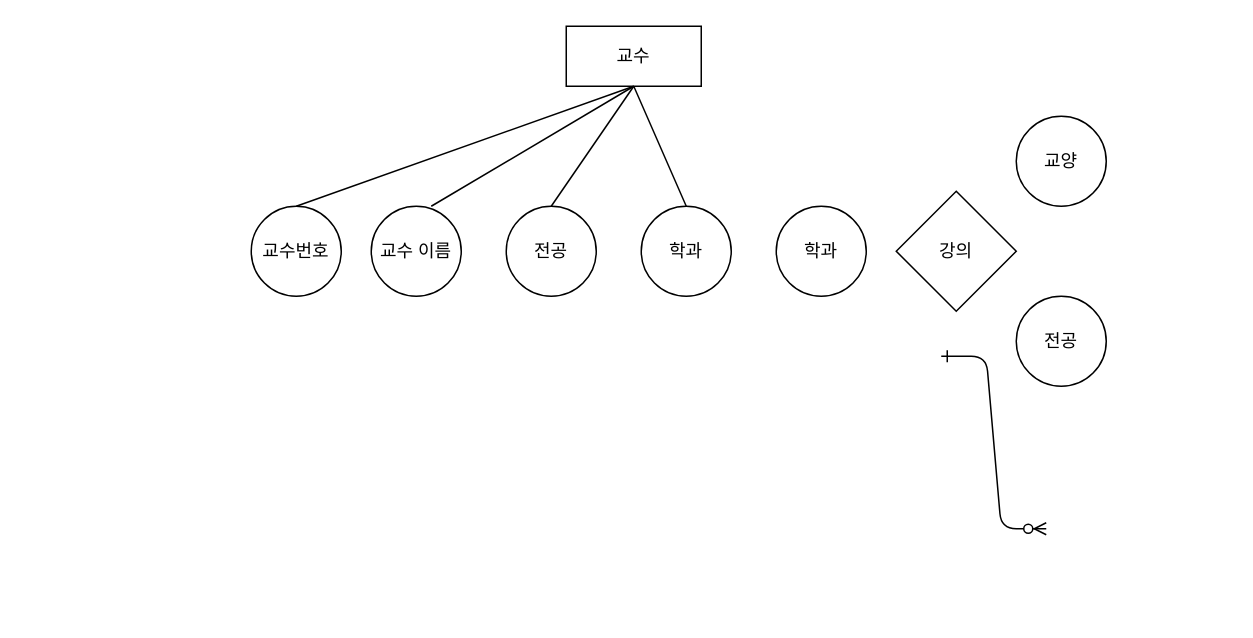
This is MySQL/제목 없는 다이어그램.drawio from gata96/TIL, a draw.io file, before an edit. Source tidied: cells renumbered, new cells numbered last; positions are measured from the earlier drawing's top-left corner, leaving out a move shared by most shapes. Both pictures are drawn from the tidied source at 150%, with x=0, y=0 at pixel (250, 26).
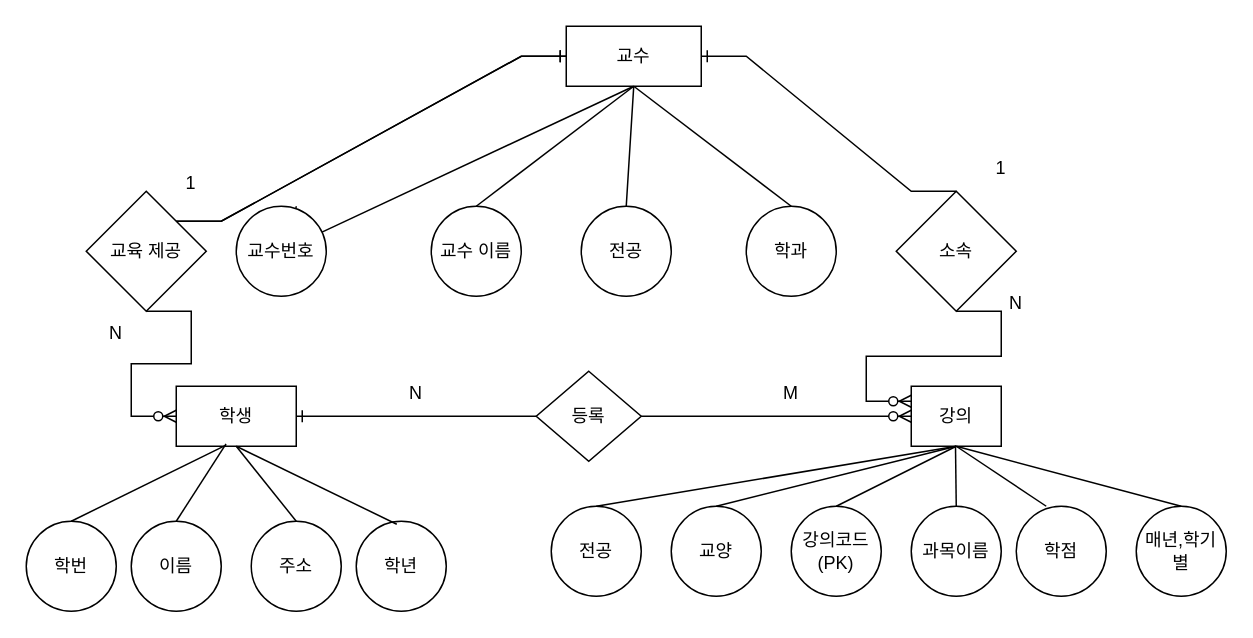
The same page after the edit.

Unchanged cells that the change refers to:
```xml
<mxCell id="3" value="교수" style="rounded=0;whiteSpace=wrap;html=1;" parent="1" vertex="1">
  <mxGeometry x="210" width="90" height="40" as="geometry" />
</mxCell>
```

What changed in the source:
```diff
@@
-    <mxCell id="2" style="edgeStyle=entityRelationEdgeStyle;endArrow=ERzeroToMany;startArrow=ERone;endFill=1;startFill=0;" parent="1" edge="1">
-      <mxGeometry relative="1" as="geometry">
-        <mxPoint x="460" y="220" as="sourcePoint" />
-        <mxPoint x="530" y="335" as="targetPoint" />
-      </mxGeometry>
-    </mxCell>
@@
     <mxCell id="4" value="교수 이름" style="ellipse;whiteSpace=wrap;html=1;" parent="1" vertex="1">
-      <mxGeometry x="80" y="120" width="60" height="60" as="geometry" />
+      <mxGeometry x="120" y="120" width="60" height="60" as="geometry" />
     </mxCell>
-    <mxCell id="5" value="교수번호" style="ellipse;whiteSpace=wrap;html=1;" parent="1" vertex="1">
-      <mxGeometry y="120" width="60" height="60" as="geometry" />
-    </mxCell>
     <mxCell id="6" value="전공" style="ellipse;whiteSpace=wrap;html=1;" parent="1" vertex="1">
-      <mxGeometry x="170" y="120" width="60" height="60" as="geometry" />
+      <mxGeometry x="220" y="120" width="60" height="60" as="geometry" />
     </mxCell>
-    <mxCell id="7" value="학과" style="ellipse;whiteSpace=wrap;html=1;" parent="1" vertex="1">
-      <mxGeometry x="260" y="120" width="60" height="60" as="geometry" />
+    <mxCell id="7" value="과목이름" style="ellipse;whiteSpace=wrap;html=1;" parent="1" vertex="1">
+      <mxGeometry x="440" y="320" width="60" height="60" as="geometry" />
     </mxCell>
-    <mxCell id="8" value="학과" style="ellipse;whiteSpace=wrap;html=1;" parent="1" vertex="1">
-      <mxGeometry x="350" y="120" width="60" height="60" as="geometry" />
-    </mxCell>
-    <mxCell id="9" value="강의" style="rhombus;whiteSpace=wrap;html=1;" parent="1" vertex="1">
+    <mxCell id="9" value="소속" style="rhombus;whiteSpace=wrap;html=1;" parent="1" vertex="1">
       <mxGeometry x="430" y="110" width="80" height="80" as="geometry" />
     </mxCell>
-    <mxCell id="10" value="전공" style="ellipse;whiteSpace=wrap;html=1;" parent="1" vertex="1">
-      <mxGeometry x="510" y="180" width="60" height="60" as="geometry" />
+    <mxCell id="10" value="매년,학기별" style="ellipse;whiteSpace=wrap;html=1;" parent="1" vertex="1">
+      <mxGeometry x="590" y="320" width="60" height="60" as="geometry" />
     </mxCell>
     <mxCell id="11" value="교양" style="ellipse;whiteSpace=wrap;html=1;" parent="1" vertex="1">
-      <mxGeometry x="510" y="60" width="60" height="60" as="geometry" />
+      <mxGeometry x="280" y="320" width="60" height="60" as="geometry" />
     </mxCell>
-    <mxCell id="12" style="endArrow=none;html=1;rounded=0;entryX=0.5;entryY=1;entryDx=0;entryDy=0;" parent="1" edge="1" target="3">
-      <mxGeometry relative="1" as="geometry">
-        <mxPoint x="30" y="120" as="sourcePoint" />
-      </mxGeometry>
+    <mxCell id="12" style="endArrow=none;html=1;rounded=0;entryX=0.5;entryY=1;entryDx=0;entryDy=0;startArrow=none;" parent="1" edge="1" source="5" target="3">
+      <mxGeometry relative="1" as="geometry" />
     </mxCell>
-    <mxCell id="13" style="endArrow=none;html=1;rounded=0;entryX=0.5;entryY=1;entryDx=0;entryDy=0;" parent="1" edge="1" target="3">
-      <mxGeometry relative="1" as="geometry">
-        <mxPoint x="120" y="120" as="sourcePoint" />
-      </mxGeometry>
+    <mxCell id="13" style="endArrow=none;html=1;rounded=0;entryX=0.5;entryY=1;entryDx=0;entryDy=0;exitX=0.5;exitY=0;exitDx=0;exitDy=0;" parent="1" edge="1" source="4" target="3">
+      <mxGeometry relative="1" as="geometry" />
     </mxCell>
-    <mxCell id="14" style="endArrow=none;html=1;rounded=0;entryX=0.5;entryY=1;entryDx=0;entryDy=0;" parent="1" edge="1" target="3">
-      <mxGeometry relative="1" as="geometry">
-        <mxPoint x="200" y="120" as="sourcePoint" />
-      </mxGeometry>
+    <mxCell id="14" style="endArrow=none;html=1;rounded=0;entryX=0.5;entryY=1;entryDx=0;entryDy=0;exitX=0.5;exitY=0;exitDx=0;exitDy=0;" parent="1" edge="1" source="6" target="3">
+      <mxGeometry relative="1" as="geometry" />
     </mxCell>
-    <mxCell id="15" style="endArrow=none;html=1;rounded=0;entryX=0.5;entryY=1;entryDx=0;entryDy=0;" parent="1" edge="1" target="3">
-      <mxGeometry relative="1" as="geometry">
-        <mxPoint x="290" y="120" as="sourcePoint" />
-      </mxGeometry>
+    <mxCell id="15" style="endArrow=none;html=1;rounded=0;entryX=0.5;entryY=1;entryDx=0;entryDy=0;exitX=0.5;exitY=0;exitDx=0;exitDy=0;" parent="1" edge="1" source="8" target="3">
+      <mxGeometry relative="1" as="geometry" />
     </mxCell>
+    <mxCell id="16" value="학생" style="rounded=0;whiteSpace=wrap;html=1;fontColor=none;" parent="1" vertex="1">
+      <mxGeometry x="-50" y="240" width="80" height="40" as="geometry" />
+    </mxCell>
+    <mxCell id="17" value="교육 제공" style="rhombus;whiteSpace=wrap;html=1;fontColor=none;" parent="1" vertex="1">
+      <mxGeometry x="-110" y="110" width="80" height="80" as="geometry" />
+    </mxCell>
+    <mxCell id="18" value="학번" style="ellipse;whiteSpace=wrap;html=1;" parent="1" vertex="1">
+      <mxGeometry x="-150" y="330" width="60" height="60" as="geometry" />
+    </mxCell>
+    <mxCell id="19" style="endArrow=none;html=1;rounded=0;entryX=0.5;entryY=1;entryDx=0;entryDy=0;" parent="1" edge="1" target="5">
+      <mxGeometry relative="1" as="geometry">
+        <mxPoint x="30" y="120" as="sourcePoint" />
+      </mxGeometry>
+    </mxCell>
+    <mxCell id="5" value="교수번호" style="ellipse;whiteSpace=wrap;html=1;" parent="1" vertex="1">
+      <mxGeometry x="-10" y="120" width="60" height="60" as="geometry" />
+    </mxCell>
+    <mxCell id="20" value="이름" style="ellipse;whiteSpace=wrap;html=1;" parent="1" vertex="1">
+      <mxGeometry x="-80" y="330" width="60" height="60" as="geometry" />
+    </mxCell>
+    <mxCell id="21" value="주소" style="ellipse;whiteSpace=wrap;html=1;" parent="1" vertex="1">
+      <mxGeometry y="330" width="60" height="60" as="geometry" />
+    </mxCell>
+    <mxCell id="22" value="학년" style="ellipse;whiteSpace=wrap;html=1;" parent="1" vertex="1">
+      <mxGeometry x="70" y="330" width="60" height="60" as="geometry" />
+    </mxCell>
+    <mxCell id="23" style="endArrow=none;html=1;rounded=0;fontColor=none;entryX=0.415;entryY=0.98;entryDx=0;entryDy=0;entryPerimeter=0;" parent="1" edge="1" target="16">
+      <mxGeometry relative="1" as="geometry">
+        <mxPoint x="-120" y="330" as="sourcePoint" />
+      </mxGeometry>
+    </mxCell>
+    <mxCell id="24" style="endArrow=none;html=1;rounded=0;fontColor=none;entryX=0.415;entryY=0.96;entryDx=0;entryDy=0;entryPerimeter=0;" parent="1" edge="1" target="16">
+      <mxGeometry relative="1" as="geometry">
+        <mxPoint x="-50" y="330" as="sourcePoint" />
+      </mxGeometry>
+    </mxCell>
+    <mxCell id="25" style="endArrow=none;html=1;rounded=0;fontColor=none;entryX=0.5;entryY=1;entryDx=0;entryDy=0;" parent="1" edge="1" target="16">
+      <mxGeometry relative="1" as="geometry">
+        <mxPoint x="30" y="330" as="sourcePoint" />
+      </mxGeometry>
+    </mxCell>
+    <mxCell id="26" style="endArrow=none;html=1;rounded=0;fontColor=none;entryX=0.5;entryY=1;entryDx=0;entryDy=0;" parent="1" edge="1" target="16">
+      <mxGeometry relative="1" as="geometry">
+        <mxPoint x="97" y="332" as="sourcePoint" />
+      </mxGeometry>
+    </mxCell>
+    <mxCell id="27" value="강의" style="rounded=0;whiteSpace=wrap;html=1;fontColor=none;" parent="1" vertex="1">
+      <mxGeometry x="440" y="240" width="60" height="40" as="geometry" />
+    </mxCell>
+    <mxCell id="8" value="학과" style="ellipse;whiteSpace=wrap;html=1;" parent="1" vertex="1">
+      <mxGeometry x="330" y="120" width="60" height="60" as="geometry" />
+    </mxCell>
+    <mxCell id="28" value="학점" style="ellipse;whiteSpace=wrap;html=1;" parent="1" vertex="1">
+      <mxGeometry x="510" y="320" width="60" height="60" as="geometry" />
+    </mxCell>
+    <mxCell id="29" style="endArrow=none;html=1;rounded=0;fontColor=none;" parent="1" edge="1">
+      <mxGeometry relative="1" as="geometry">
+        <mxPoint x="470" y="280" as="sourcePoint" />
+        <mxPoint x="530" y="320" as="targetPoint" />
+      </mxGeometry>
+    </mxCell>
+    <mxCell id="30" style="endArrow=none;html=1;rounded=0;fontColor=none;" parent="1" edge="1">
+      <mxGeometry relative="1" as="geometry">
+        <mxPoint x="469.5" y="280" as="sourcePoint" />
+        <mxPoint x="470" y="320" as="targetPoint" />
+      </mxGeometry>
+    </mxCell>
+    <mxCell id="31" style="endArrow=none;html=1;rounded=0;fontColor=none;" parent="1" edge="1">
+      <mxGeometry relative="1" as="geometry">
+        <mxPoint x="390" y="320" as="sourcePoint" />
+        <mxPoint x="470" y="280" as="targetPoint" />
+      </mxGeometry>
+    </mxCell>
+    <mxCell id="32" value="등록" style="rhombus;whiteSpace=wrap;html=1;fontColor=none;" parent="1" vertex="1">
+      <mxGeometry x="190" y="230" width="70" height="60" as="geometry" />
+    </mxCell>
+    <mxCell id="33" value="N" style="text;html=1;strokeColor=none;fillColor=none;align=center;verticalAlign=middle;whiteSpace=wrap;rounded=0;fontColor=none;" parent="1" vertex="1">
+      <mxGeometry x="80" y="230" width="60" height="30" as="geometry" />
+    </mxCell>
+    <mxCell id="34" value="M" style="text;html=1;strokeColor=none;fillColor=none;align=center;verticalAlign=middle;whiteSpace=wrap;rounded=0;fontColor=none;" parent="1" vertex="1">
+      <mxGeometry x="330" y="230" width="60" height="30" as="geometry" />
+    </mxCell>
+    <mxCell id="35" style="endArrow=none;html=1;rounded=0;fontColor=none;entryX=0.5;entryY=0;entryDx=0;entryDy=0;exitX=0.5;exitY=1;exitDx=0;exitDy=0;" parent="1" edge="1" source="27" target="10">
+      <mxGeometry relative="1" as="geometry" />
+    </mxCell>
+    <mxCell id="36" value="전공" style="ellipse;whiteSpace=wrap;html=1;" parent="1" vertex="1">
+      <mxGeometry x="200" y="320" width="60" height="60" as="geometry" />
+    </mxCell>
+    <mxCell id="37" value="강의코드(PK)" style="ellipse;whiteSpace=wrap;html=1;" parent="1" vertex="1">
+      <mxGeometry x="360" y="320" width="60" height="60" as="geometry" />
+    </mxCell>
+    <mxCell id="38" style="endArrow=none;html=1;rounded=0;fontColor=none;entryX=0.5;entryY=1;entryDx=0;entryDy=0;" parent="1" edge="1" target="27">
+      <mxGeometry relative="1" as="geometry">
+        <mxPoint x="310" y="320" as="sourcePoint" />
+      </mxGeometry>
+    </mxCell>
+    <mxCell id="39" style="endArrow=none;html=1;rounded=0;fontColor=none;entryX=0.5;entryY=1;entryDx=0;entryDy=0;" parent="1" edge="1" target="27">
+      <mxGeometry relative="1" as="geometry">
+        <mxPoint x="230" y="320" as="sourcePoint" />
+      </mxGeometry>
+    </mxCell>
+    <mxCell id="40" value="N" style="text;html=1;strokeColor=none;fillColor=none;align=center;verticalAlign=middle;whiteSpace=wrap;rounded=0;fontColor=none;" parent="1" vertex="1">
+      <mxGeometry x="480" y="170" width="60" height="30" as="geometry" />
+    </mxCell>
+    <mxCell id="41" value="1" style="text;html=1;strokeColor=none;fillColor=none;align=center;verticalAlign=middle;whiteSpace=wrap;rounded=0;fontColor=none;" parent="1" vertex="1">
+      <mxGeometry x="470" y="80" width="60" height="30" as="geometry" />
+    </mxCell>
+    <mxCell id="42" value="N" style="text;html=1;strokeColor=none;fillColor=none;align=center;verticalAlign=middle;whiteSpace=wrap;rounded=0;fontColor=none;" parent="1" vertex="1">
+      <mxGeometry x="-120" y="190" width="60" height="30" as="geometry" />
+    </mxCell>
+    <mxCell id="43" value="1" style="text;html=1;strokeColor=none;fillColor=none;align=center;verticalAlign=middle;whiteSpace=wrap;rounded=0;fontColor=none;" parent="1" vertex="1">
+      <mxGeometry x="-70" y="90" width="60" height="30" as="geometry" />
+    </mxCell>
+    <mxCell id="44" style="edgeStyle=entityRelationEdgeStyle;fontSize=12;html=1;endArrow=ERone;endFill=1;rounded=0;fontColor=none;entryX=0;entryY=0.5;entryDx=0;entryDy=0;" parent="1" edge="1" target="3">
+      <mxGeometry relative="1" as="geometry">
+        <mxPoint x="-50" y="130" as="sourcePoint" />
+      </mxGeometry>
+    </mxCell>
+    <mxCell id="45" style="edgeStyle=entityRelationEdgeStyle;fontSize=12;html=1;endArrow=ERone;endFill=1;rounded=0;fontColor=none;exitX=0.5;exitY=0;exitDx=0;exitDy=0;entryX=1;entryY=0.5;entryDx=0;entryDy=0;" parent="1" edge="1" source="9" target="3">
+      <mxGeometry relative="1" as="geometry" />
+    </mxCell>
+    <mxCell id="46" style="edgeStyle=entityRelationEdgeStyle;fontSize=12;html=1;endArrow=ERzeroToMany;endFill=1;rounded=0;fontColor=none;" parent="1" edge="1">
+      <mxGeometry relative="1" as="geometry">
+        <mxPoint x="470" y="190" as="sourcePoint" />
+        <mxPoint x="440" y="250" as="targetPoint" />
+      </mxGeometry>
+    </mxCell>
+    <mxCell id="47" style="edgeStyle=entityRelationEdgeStyle;fontSize=12;html=1;endArrow=ERone;endFill=1;rounded=0;fontColor=none;entryX=0;entryY=0.5;entryDx=0;entryDy=0;" parent="1" edge="1">
+      <mxGeometry relative="1" as="geometry">
+        <mxPoint x="-50" y="130" as="sourcePoint" />
+        <mxPoint x="210" y="20" as="targetPoint" />
+      </mxGeometry>
+    </mxCell>
+    <mxCell id="48" style="edgeStyle=entityRelationEdgeStyle;fontSize=12;html=1;endArrow=ERzeroToMany;endFill=1;rounded=0;fontColor=none;entryX=0;entryY=0.5;entryDx=0;entryDy=0;" parent="1" edge="1" target="16">
+      <mxGeometry relative="1" as="geometry">
+        <mxPoint x="-70" y="190" as="sourcePoint" />
+      </mxGeometry>
+    </mxCell>
+    <mxCell id="49" style="edgeStyle=entityRelationEdgeStyle;fontSize=12;html=1;endArrow=ERone;endFill=1;rounded=0;fontColor=none;entryX=1;entryY=0.5;entryDx=0;entryDy=0;" parent="1" edge="1" target="16">
+      <mxGeometry relative="1" as="geometry">
+        <mxPoint x="160" y="260" as="sourcePoint" />
+      </mxGeometry>
+    </mxCell>
+    <mxCell id="50" style="edgeStyle=entityRelationEdgeStyle;fontSize=12;html=1;endArrow=ERzeroToMany;endFill=1;rounded=0;fontColor=none;entryX=0;entryY=0.5;entryDx=0;entryDy=0;" parent="1" edge="1" target="27">
+      <mxGeometry relative="1" as="geometry">
+        <mxPoint x="260" y="260" as="sourcePoint" />
+      </mxGeometry>
+    </mxCell>
```
